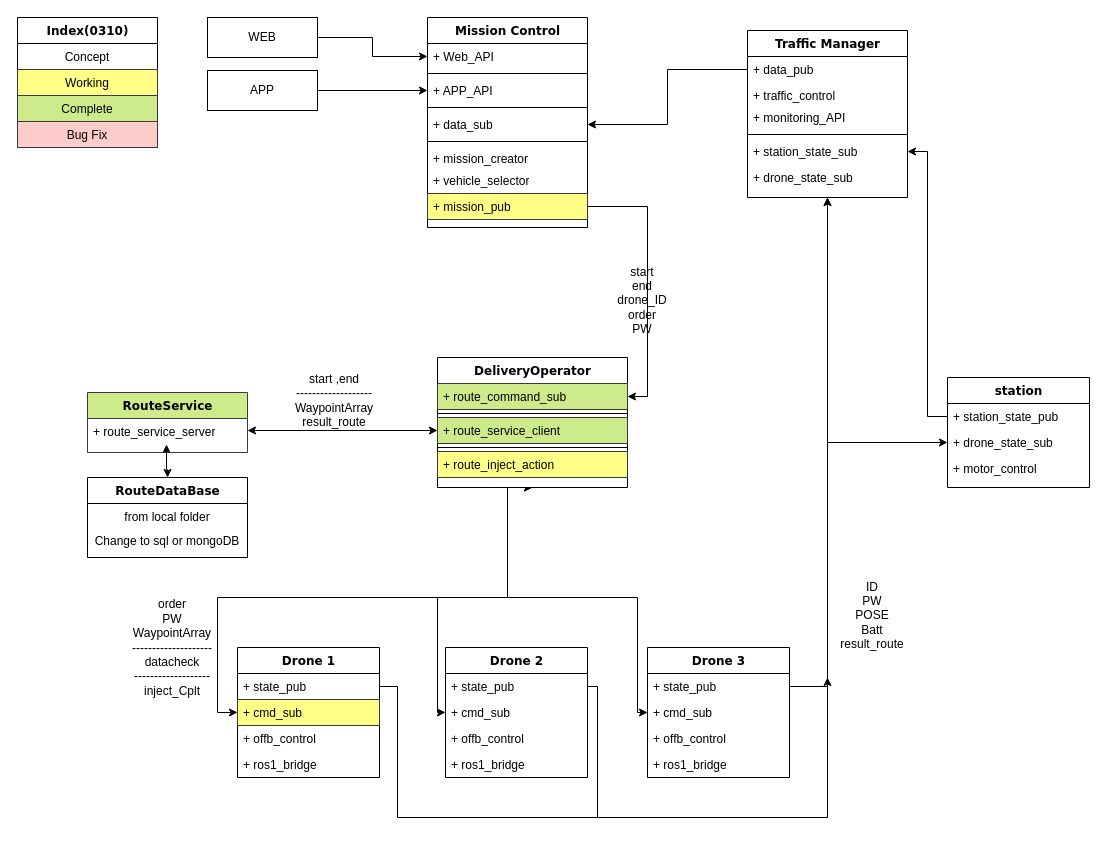
Above: page "node&msg" (1 of 2) of airdos.drawio in marktheairon/AIRDOS (draw.io), before the change. Source tidied: cells renumbered, new cells numbered last; positions are measured from the earlier drawing's top-left corner, leaving out a move shared by most shapes. Both pictures are drawn from the tidied source at 100%, with x=0, y=0 at pixel (17, 17).
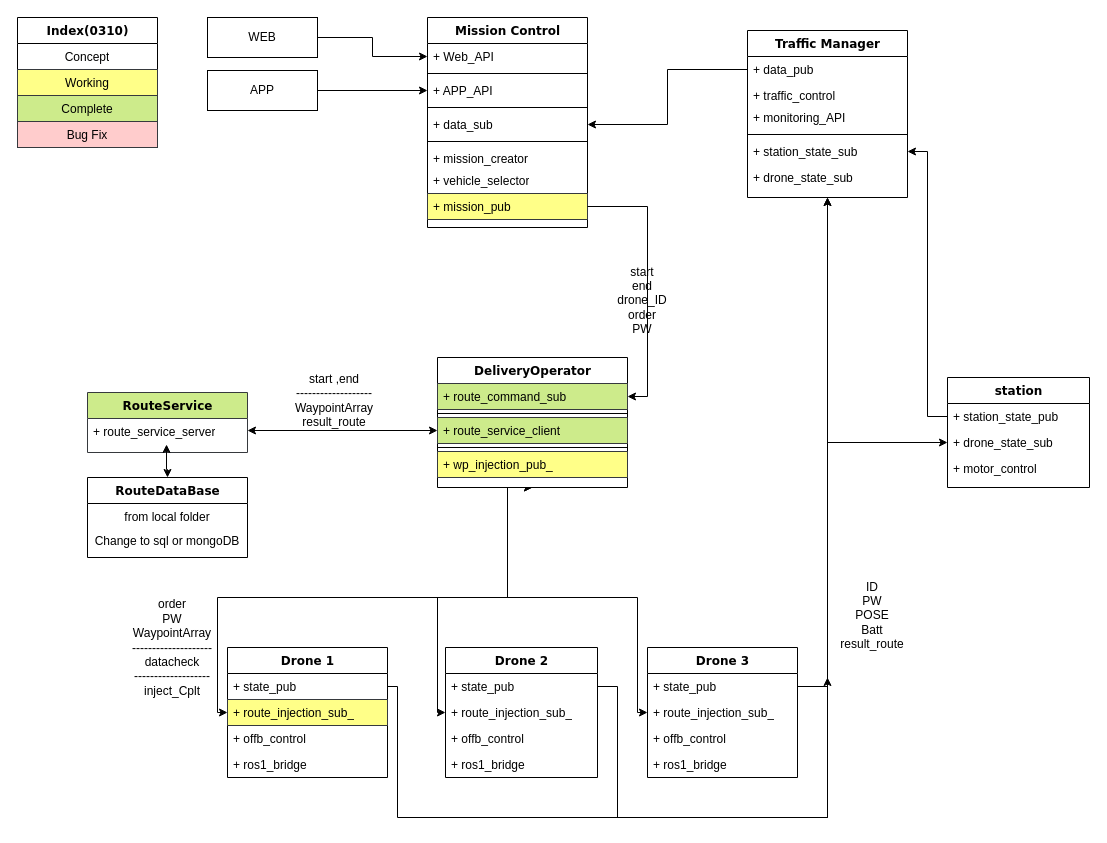
The same page after the edit.

The change refers to these unchanged cells:
```xml
<mxCell id="14" value="Traffic Manager" style="swimlane;html=1;fontStyle=1;align=center;verticalAlign=top;horizontal=1;startSize=26;swimlaneFillColor=#ffffff;rounded=0;shadow=0;comic=0;labelBackgroundColor=none;strokeWidth=1;fillColor=none;fontFamily=Verdana;fontSize=12;" parent="1" vertex="1">
  <mxGeometry x="730" y="13" width="160" height="167" as="geometry" />
</mxCell>
<mxCell id="43" value="DeliveryOperator" style="swimlane;html=1;fontStyle=1;align=center;verticalAlign=top;horizontal=1;startSize=26;swimlaneFillColor=#ffffff;rounded=0;shadow=0;comic=0;labelBackgroundColor=none;strokeWidth=1;fillColor=none;fontFamily=Verdana;fontSize=12;" parent="1" vertex="1">
  <mxGeometry x="420" y="340" width="190" height="130" as="geometry" />
</mxCell>
```

Diff of the diagram source:
```diff
@@
     <mxCell id="21" value="Drone 1" style="swimlane;html=1;fontStyle=1;align=center;verticalAlign=top;horizontal=1;startSize=26;swimlaneFillColor=#ffffff;rounded=0;shadow=0;comic=0;labelBackgroundColor=none;strokeWidth=1;fillColor=none;fontFamily=Verdana;fontSize=12;" parent="1" vertex="1">
-      <mxGeometry x="220" y="630" width="142" height="130" as="geometry" />
+      <mxGeometry x="210" y="630" width="160" height="130" as="geometry" />
     </mxCell>
     <mxCell id="22" value="+ state_pub&lt;br&gt;" style="text;html=1;strokeColor=none;fillColor=none;align=left;verticalAlign=top;spacingLeft=4;spacingRight=4;whiteSpace=wrap;overflow=hidden;points=[[0,0.5],[1,0.5]];portConstraint=eastwest;" parent="21" vertex="1">
-      <mxGeometry y="26" width="142" height="26" as="geometry" />
+      <mxGeometry y="26" width="160" height="26" as="geometry" />
     </mxCell>
-    <mxCell id="23" value="+ cmd_sub&lt;br&gt;" style="text;html=1;strokeColor=#36393d;fillColor=#ffff88;align=left;verticalAlign=top;spacingLeft=4;spacingRight=4;whiteSpace=wrap;overflow=hidden;points=[[0,0.5],[1,0.5]];portConstraint=eastwest;" parent="21" vertex="1">
-      <mxGeometry y="52" width="142" height="26" as="geometry" />
+    <mxCell id="23" value="+ route_injection_sub_" style="text;html=1;strokeColor=#36393d;fillColor=#ffff88;align=left;verticalAlign=top;spacingLeft=4;spacingRight=4;whiteSpace=wrap;overflow=hidden;points=[[0,0.5],[1,0.5]];portConstraint=eastwest;" parent="21" vertex="1">
+      <mxGeometry y="52" width="160" height="26" as="geometry" />
     </mxCell>
     <mxCell id="24" value="+ offb_control&lt;br&gt;" style="text;html=1;strokeColor=none;fillColor=none;align=left;verticalAlign=top;spacingLeft=4;spacingRight=4;whiteSpace=wrap;overflow=hidden;" parent="21" vertex="1">
-      <mxGeometry y="78" width="142" height="26" as="geometry" />
+      <mxGeometry y="78" width="160" height="26" as="geometry" />
     </mxCell>
     <mxCell id="25" value="+ ros1_bridge" style="text;html=1;strokeColor=none;fillColor=none;align=left;verticalAlign=top;spacingLeft=4;spacingRight=4;whiteSpace=wrap;overflow=hidden;" parent="21" vertex="1">
-      <mxGeometry y="104" width="142" height="26" as="geometry" />
+      <mxGeometry y="104" width="160" height="26" as="geometry" />
     </mxCell>
     <mxCell id="26" value="Drone 2" style="swimlane;html=1;fontStyle=1;align=center;verticalAlign=top;horizontal=1;startSize=26;swimlaneFillColor=#ffffff;rounded=0;shadow=0;comic=0;labelBackgroundColor=none;strokeWidth=1;fillColor=none;fontFamily=Verdana;fontSize=12;" parent="1" vertex="1">
-      <mxGeometry x="428" y="630" width="142" height="130" as="geometry" />
+      <mxGeometry x="428" y="630" width="152" height="130" as="geometry" />
     </mxCell>
     <mxCell id="27" value="+ state_pub&lt;br&gt;" style="text;html=1;strokeColor=none;fillColor=none;align=left;verticalAlign=top;spacingLeft=4;spacingRight=4;whiteSpace=wrap;overflow=hidden;points=[[0,0.5],[1,0.5]];portConstraint=eastwest;" parent="26" vertex="1">
-      <mxGeometry y="26" width="142" height="26" as="geometry" />
+      <mxGeometry y="26" width="152" height="26" as="geometry" />
     </mxCell>
-    <mxCell id="28" value="+ cmd_sub&lt;br&gt;" style="text;html=1;strokeColor=none;fillColor=none;align=left;verticalAlign=top;spacingLeft=4;spacingRight=4;whiteSpace=wrap;overflow=hidden;points=[[0,0.5],[1,0.5]];portConstraint=eastwest;" parent="26" vertex="1">
-      <mxGeometry y="52" width="142" height="26" as="geometry" />
+    <mxCell id="28" value="+ route_injection_sub_" style="text;html=1;strokeColor=none;fillColor=none;align=left;verticalAlign=top;spacingLeft=4;spacingRight=4;whiteSpace=wrap;overflow=hidden;points=[[0,0.5],[1,0.5]];portConstraint=eastwest;" parent="26" vertex="1">
+      <mxGeometry y="52" width="152" height="26" as="geometry" />
     </mxCell>
     <mxCell id="29" value="+ offb_control&lt;br&gt;" style="text;html=1;strokeColor=none;fillColor=none;align=left;verticalAlign=top;spacingLeft=4;spacingRight=4;whiteSpace=wrap;overflow=hidden;" parent="26" vertex="1">
-      <mxGeometry y="78" width="142" height="26" as="geometry" />
+      <mxGeometry y="78" width="152" height="26" as="geometry" />
     </mxCell>
     <mxCell id="30" value="+ ros1_bridge" style="text;html=1;strokeColor=none;fillColor=none;align=left;verticalAlign=top;spacingLeft=4;spacingRight=4;whiteSpace=wrap;overflow=hidden;" parent="26" vertex="1">
-      <mxGeometry y="104" width="142" height="26" as="geometry" />
+      <mxGeometry y="104" width="152" height="26" as="geometry" />
     </mxCell>
     <mxCell id="31" value="Drone 3" style="swimlane;html=1;fontStyle=1;align=center;verticalAlign=top;horizontal=1;startSize=26;swimlaneFillColor=#ffffff;rounded=0;shadow=0;comic=0;labelBackgroundColor=none;strokeWidth=1;fillColor=none;fontFamily=Verdana;fontSize=12;" parent="1" vertex="1">
-      <mxGeometry x="630" y="630" width="142" height="130" as="geometry" />
+      <mxGeometry x="630" y="630" width="150" height="130" as="geometry" />
     </mxCell>
     <mxCell id="32" value="+ state_pub&lt;br&gt;" style="text;html=1;strokeColor=none;fillColor=none;align=left;verticalAlign=top;spacingLeft=4;spacingRight=4;whiteSpace=wrap;overflow=hidden;points=[[0,0.5],[1,0.5]];portConstraint=eastwest;" parent="31" vertex="1">
-      <mxGeometry y="26" width="142" height="26" as="geometry" />
+      <mxGeometry y="26" width="150" height="26" as="geometry" />
     </mxCell>
-    <mxCell id="33" value="+ cmd_sub&lt;br&gt;" style="text;html=1;strokeColor=none;fillColor=none;align=left;verticalAlign=top;spacingLeft=4;spacingRight=4;whiteSpace=wrap;overflow=hidden;points=[[0,0.5],[1,0.5]];portConstraint=eastwest;" parent="31" vertex="1">
-      <mxGeometry y="52" width="142" height="26" as="geometry" />
+    <mxCell id="33" value="+ route_injection_sub_" style="text;html=1;strokeColor=none;fillColor=none;align=left;verticalAlign=top;spacingLeft=4;spacingRight=4;whiteSpace=wrap;overflow=hidden;points=[[0,0.5],[1,0.5]];portConstraint=eastwest;" parent="31" vertex="1">
+      <mxGeometry y="52" width="150" height="26" as="geometry" />
     </mxCell>
     <mxCell id="34" value="+ offb_control&lt;br&gt;" style="text;html=1;strokeColor=none;fillColor=none;align=left;verticalAlign=top;spacingLeft=4;spacingRight=4;whiteSpace=wrap;overflow=hidden;" parent="31" vertex="1">
-      <mxGeometry y="78" width="142" height="26" as="geometry" />
+      <mxGeometry y="78" width="150" height="26" as="geometry" />
     </mxCell>
     <mxCell id="35" value="+ ros1_bridge" style="text;html=1;strokeColor=none;fillColor=none;align=left;verticalAlign=top;spacingLeft=4;spacingRight=4;whiteSpace=wrap;overflow=hidden;" parent="31" vertex="1">
-      <mxGeometry y="104" width="142" height="26" as="geometry" />
+      <mxGeometry y="104" width="150" height="26" as="geometry" />
     </mxCell>
@@
-    <mxCell id="48" value="+ route_inject_action" style="text;html=1;strokeColor=#36393d;fillColor=#ffff88;align=left;verticalAlign=top;spacingLeft=4;spacingRight=4;whiteSpace=wrap;overflow=hidden;" parent="43" vertex="1">
+    <mxCell id="48" value="+ wp_injection_pub_" style="text;html=1;strokeColor=#36393d;fillColor=#ffff88;align=left;verticalAlign=top;spacingLeft=4;spacingRight=4;whiteSpace=wrap;overflow=hidden;" parent="43" vertex="1">
       <mxGeometry y="94" width="190" height="26" as="geometry" />
     </mxCell>
@@
     <mxCell id="59" style="edgeStyle=orthogonalEdgeStyle;rounded=0;jettySize=auto;html=1;exitX=1;exitY=0.5;exitDx=0;exitDy=0;entryX=0.5;entryY=1;entryDx=0;entryDy=0;startArrow=none;startFill=0;" parent="1" edge="1" source="27" target="14">
       <mxGeometry relative="1" as="geometry">
         <Array as="points">
-          <mxPoint x="580" y="669" />
-          <mxPoint x="580" y="800" />
+          <mxPoint x="600" y="669" />
+          <mxPoint x="600" y="800" />
           <mxPoint x="810" y="800" />
-          <mxPoint x="810" y="490" />
         </Array>
       </mxGeometry>
     </mxCell>
```
